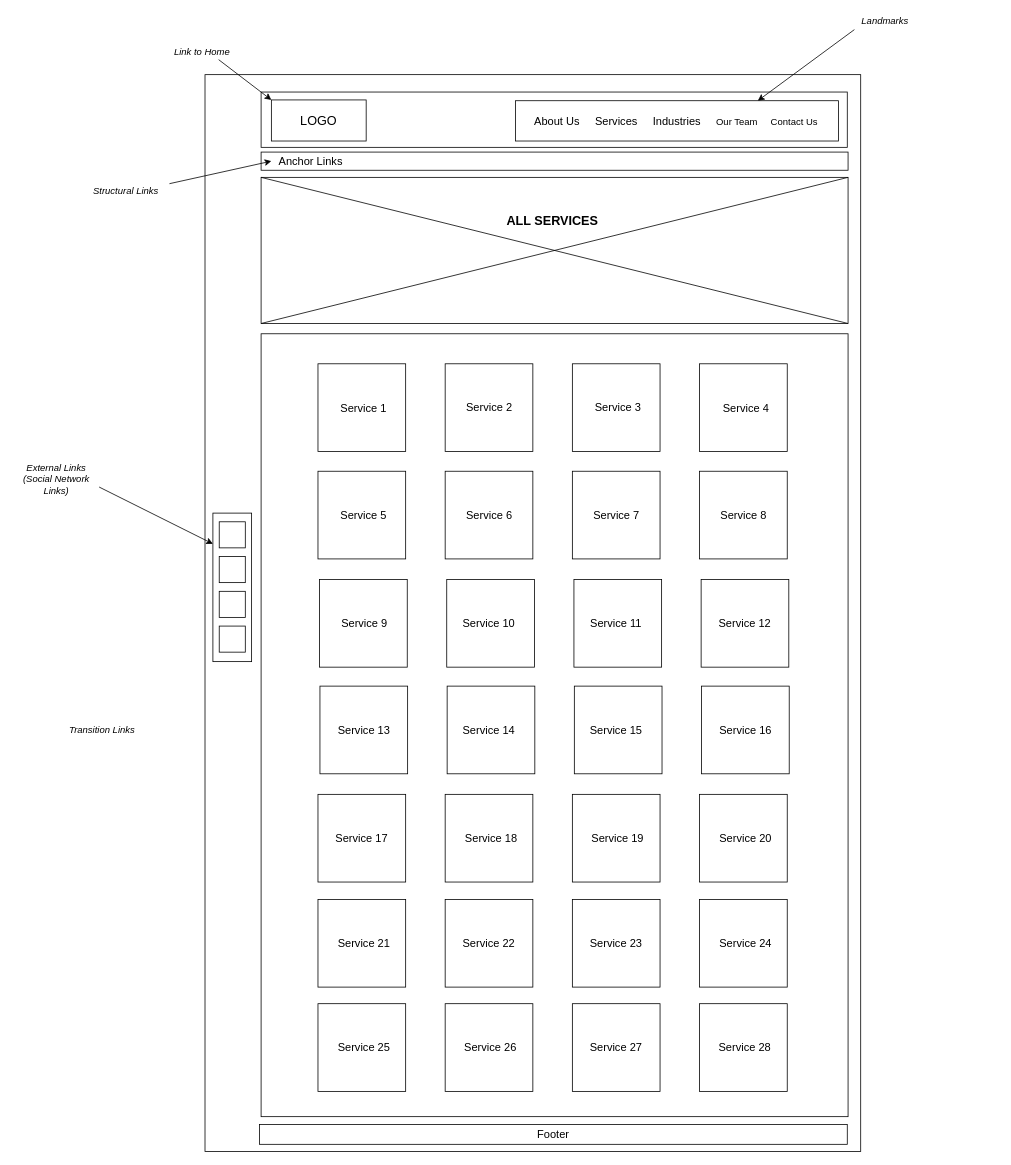
Before: Design Documents/Frameworks/AllServices.drawio in manzomanze/HypermediaApplicationsProject-Manzella-Messuti-Pelagatti-Pellizzer, a draw.io diagram. Source tidied: cells renumbered, new cells numbered last; positions are measured from the earlier drawing's top-left corner, leaving out a move shared by most shapes. Both pictures are drawn from the tidied source at 79%, with x=0, y=0 at pixel (13, 13).
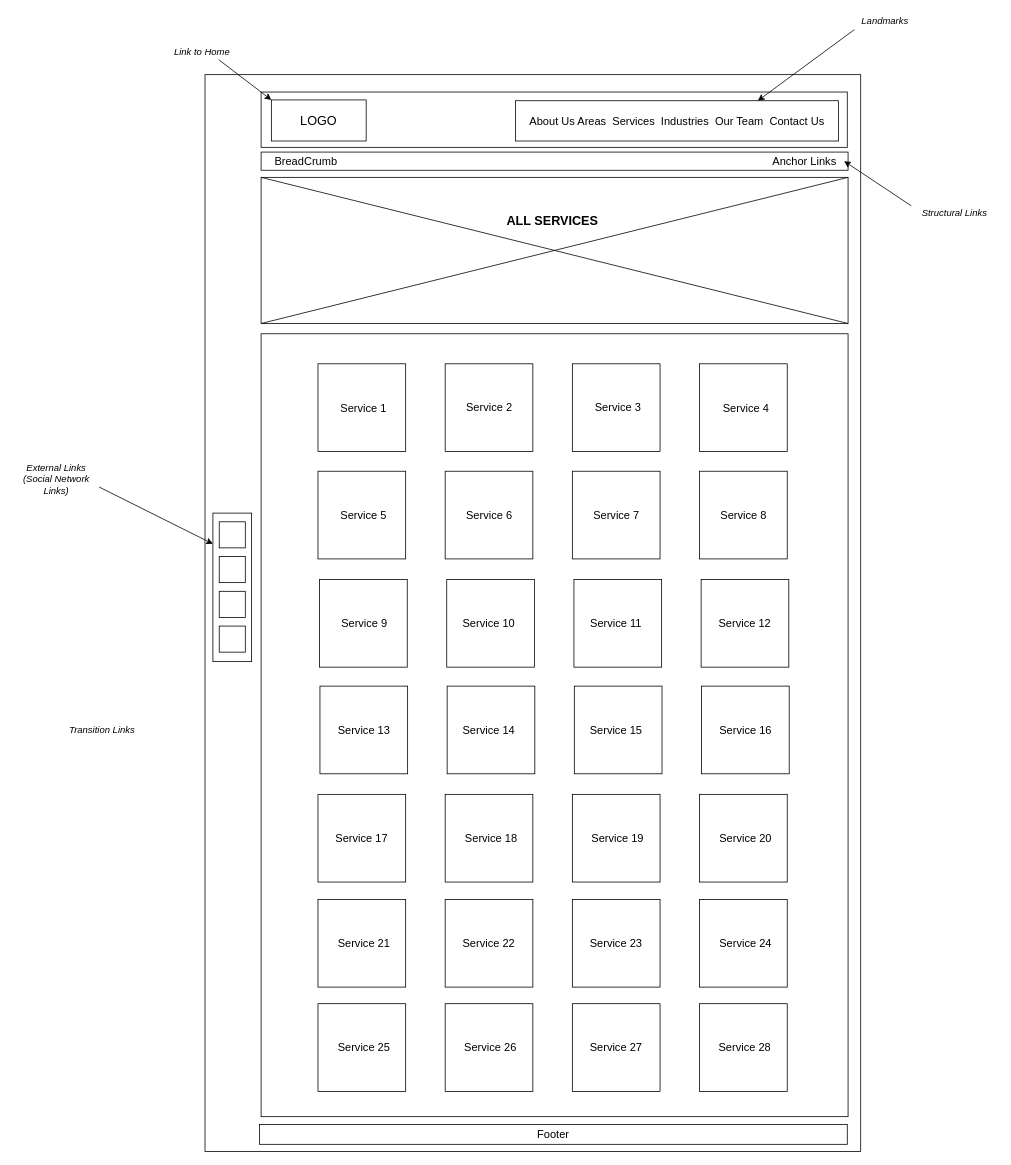
The same page after the edit.

Change to the diagram source:
```diff
@@
-    <mxCell id="6" value="&lt;font style=&quot;font-size: 14px&quot;&gt;About Us&amp;nbsp;&amp;nbsp;&amp;nbsp;&amp;nbsp; Services&amp;nbsp;&amp;nbsp;&amp;nbsp;&amp;nbsp; Industries&amp;nbsp;&amp;nbsp;&amp;nbsp;&amp;nbsp; &lt;/font&gt;Our Team&amp;nbsp;&amp;nbsp;&amp;nbsp;&amp;nbsp; Contact Us" style="text;html=1;strokeColor=none;fillColor=none;align=left;verticalAlign=middle;whiteSpace=wrap;rounded=0;" parent="1" vertex="1">
-      <mxGeometry x="657" y="125.5" width="373" height="20" as="geometry" />
+    <mxCell id="6" value="&lt;font style=&quot;font-size: 14px&quot;&gt;About Us Areas&amp;nbsp; Services&amp;nbsp; Industries&amp;nbsp; &lt;/font&gt;&lt;font style=&quot;font-size: 14px&quot;&gt;Our Team&amp;nbsp; Contact Us&lt;/font&gt;" style="text;html=1;strokeColor=none;fillColor=none;align=left;verticalAlign=middle;whiteSpace=wrap;rounded=0;" parent="1" vertex="1">
+      <mxGeometry x="651" y="125.5" width="379" height="20" as="geometry" />
     </mxCell>
@@
     <mxCell id="12" value="&lt;font style=&quot;font-size: 14px&quot;&gt;Anchor Links&lt;/font&gt;" style="text;html=1;strokeColor=none;fillColor=none;align=center;verticalAlign=middle;whiteSpace=wrap;rounded=0;" parent="1" vertex="1">
-      <mxGeometry x="326" y="178.5" width="100" height="16" as="geometry" />
+      <mxGeometry x="951" y="178.5" width="100" height="16" as="geometry" />
     </mxCell>
     <mxCell id="13" value="&lt;i&gt;Structural Links&lt;/i&gt;" style="text;html=1;strokeColor=none;fillColor=none;align=center;verticalAlign=middle;whiteSpace=wrap;rounded=0;" parent="1" vertex="1">
-      <mxGeometry x="87" y="215" width="110" height="20" as="geometry" />
+      <mxGeometry x="1136" y="243" width="110" height="20" as="geometry" />
     </mxCell>
-    <mxCell id="14" style="endArrow=classic;html=1;entryX=0;entryY=0.5;entryDx=0;entryDy=0;exitX=1;exitY=0;exitDx=0;exitDy=0;" parent="1" edge="1" source="13" target="12">
+    <mxCell id="14" style="endArrow=classic;html=1;entryX=1;entryY=0.5;entryDx=0;entryDy=0;exitX=0;exitY=0;exitDx=0;exitDy=0;" parent="1" edge="1" source="13" target="12">
       <mxGeometry relative="1" as="geometry" />
     </mxCell>
@@
+    <mxCell id="85" value="&lt;div&gt;&lt;font style=&quot;font-size: 14px&quot;&gt;BreadCrumb&lt;/font&gt;&lt;/div&gt;" style="text;html=1;strokeColor=none;fillColor=none;align=center;verticalAlign=middle;whiteSpace=wrap;rounded=0;" parent="1" vertex="1">
+      <mxGeometry x="320" y="178.5" width="100" height="16" as="geometry" />
+    </mxCell>
```
